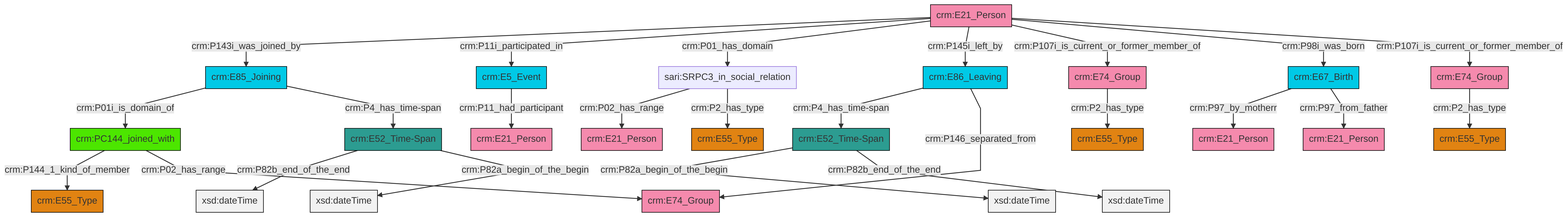
swiss-art-research-net/docs.swissartresearch keeps this Mermaid diagram as et/personCSV/ttl/mmd/png/Person_Actor_Relations.png. Above is the earlier version. Its source is kept beside it as et/personCSV/ttl/mmd/Person_Actor_Relations.ttl.mmd.
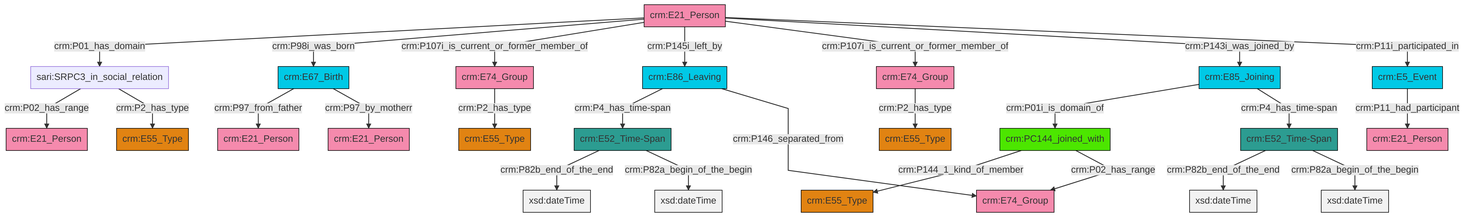
Above is the later version.

What changed in the source:
```diff
@@ -13,27 +13,27 @@
 classDef PC_Classes fill:#4ce600, stroke:#000000;
 classDef Multi fill:#cccccc,stroke:#000000;
 
-0["crm:E21_Person"]:::Actor -->|crm:P143i_was_joined_by| 1["crm:E85_Joining"]:::Temporal_Entity
-0["crm:E21_Person"]:::Actor -->|crm:P11i_participated_in| 4["crm:E5_Event"]:::Temporal_Entity
-9["sari:SRPC3_in_social_relation"]:::Default -->|crm:P02_has_range| 10["crm:E21_Person"]:::Actor
-14["crm:E52_Time-Span"]:::Time-Span -->|crm:P82b_end_of_the_end| 15[xsd:dateTime]:::Literal
-7["crm:E74_Group"]:::Actor -->|crm:P2_has_type| 16["crm:E55_Type"]:::Type
-5["crm:PC144_joined_with"]:::PC_Classes -->|crm:P144_1_kind_of_member| 18["crm:E55_Type"]:::Type
-0["crm:E21_Person"]:::Actor -->|crm:P01_has_domain| 9["sari:SRPC3_in_social_relation"]:::Default
-9["sari:SRPC3_in_social_relation"]:::Default -->|crm:P2_has_type| 23["crm:E55_Type"]:::Type
-19["crm:E52_Time-Span"]:::Time-Span -->|crm:P82a_begin_of_the_begin| 25[xsd:dateTime]:::Literal
-0["crm:E21_Person"]:::Actor -->|crm:P145i_left_by| 26["crm:E86_Leaving"]:::Temporal_Entity
-1["crm:E85_Joining"]:::Temporal_Entity -->|crm:P01i_is_domain_of| 5["crm:PC144_joined_with"]:::PC_Classes
-5["crm:PC144_joined_with"]:::PC_Classes -->|crm:P02_has_range| 27["crm:E74_Group"]:::Actor
-28["crm:E67_Birth"]:::Temporal_Entity -->|crm:P97_by_motherr| 11["crm:E21_Person"]:::Actor
-4["crm:E5_Event"]:::Temporal_Entity -->|crm:P11_had_participant| 30["crm:E21_Person"]:::Actor
-0["crm:E21_Person"]:::Actor -->|crm:P107i_is_current_or_former_member_of| 31["crm:E74_Group"]:::Actor
-1["crm:E85_Joining"]:::Temporal_Entity -->|crm:P4_has_time-span| 14["crm:E52_Time-Span"]:::Time-Span
-28["crm:E67_Birth"]:::Temporal_Entity -->|crm:P97_from_father| 35["crm:E21_Person"]:::Actor
-26["crm:E86_Leaving"]:::Temporal_Entity -->|crm:P4_has_time-span| 19["crm:E52_Time-Span"]:::Time-Span
-31["crm:E74_Group"]:::Actor -->|crm:P2_has_type| 2["crm:E55_Type"]:::Type
-0["crm:E21_Person"]:::Actor -->|crm:P98i_was_born| 28["crm:E67_Birth"]:::Temporal_Entity
-0["crm:E21_Person"]:::Actor -->|crm:P107i_is_current_or_former_member_of| 7["crm:E74_Group"]:::Actor
-14["crm:E52_Time-Span"]:::Time-Span -->|crm:P82a_begin_of_the_begin| 40[xsd:dateTime]:::Literal
-19["crm:E52_Time-Span"]:::Time-Span -->|crm:P82b_end_of_the_end| 42[xsd:dateTime]:::Literal
-26["crm:E86_Leaving"]:::Temporal_Entity -->|crm:P146_separated_from| 27["crm:E74_Group"]:::Actor
+0["crm:E74_Group"]:::Actor -->|crm:P2_has_type| 1["crm:E55_Type"]:::Type
+2["crm:E21_Person"]:::Actor -->|crm:P01_has_domain| 3["sari:SRPC3_in_social_relation"]:::Default
+2["crm:E21_Person"]:::Actor -->|crm:P98i_was_born| 4["crm:E67_Birth"]:::Temporal_Entity
+7["crm:E5_Event"]:::Temporal_Entity -->|crm:P11_had_participant| 8["crm:E21_Person"]:::Actor
+17["crm:E85_Joining"]:::Temporal_Entity -->|crm:P01i_is_domain_of| 18["crm:PC144_joined_with"]:::PC_Classes
+17["crm:E85_Joining"]:::Temporal_Entity -->|crm:P4_has_time-span| 15["crm:E52_Time-Span"]:::Time-Span
+23["crm:E52_Time-Span"]:::Time-Span -->|crm:P82b_end_of_the_end| 24[xsd:dateTime]:::Literal
+3["sari:SRPC3_in_social_relation"]:::Default -->|crm:P02_has_range| 20["crm:E21_Person"]:::Actor
+28["crm:E86_Leaving"]:::Temporal_Entity -->|crm:P4_has_time-span| 23["crm:E52_Time-Span"]:::Time-Span
+2["crm:E21_Person"]:::Actor -->|crm:P107i_is_current_or_former_member_of| 30["crm:E74_Group"]:::Actor
+2["crm:E21_Person"]:::Actor -->|crm:P145i_left_by| 28["crm:E86_Leaving"]:::Temporal_Entity
+15["crm:E52_Time-Span"]:::Time-Span -->|crm:P82b_end_of_the_end| 36[xsd:dateTime]:::Literal
+15["crm:E52_Time-Span"]:::Time-Span -->|crm:P82a_begin_of_the_begin| 37[xsd:dateTime]:::Literal
+18["crm:PC144_joined_with"]:::PC_Classes -->|crm:P144_1_kind_of_member| 10["crm:E55_Type"]:::Type
+2["crm:E21_Person"]:::Actor -->|crm:P107i_is_current_or_former_member_of| 0["crm:E74_Group"]:::Actor
+3["sari:SRPC3_in_social_relation"]:::Default -->|crm:P2_has_type| 39["crm:E55_Type"]:::Type
+28["crm:E86_Leaving"]:::Temporal_Entity -->|crm:P146_separated_from| 13["crm:E74_Group"]:::Actor
+23["crm:E52_Time-Span"]:::Time-Span -->|crm:P82a_begin_of_the_begin| 40[xsd:dateTime]:::Literal
+4["crm:E67_Birth"]:::Temporal_Entity -->|crm:P97_from_father| 41["crm:E21_Person"]:::Actor
+4["crm:E67_Birth"]:::Temporal_Entity -->|crm:P97_by_motherr| 5["crm:E21_Person"]:::Actor
+2["crm:E21_Person"]:::Actor -->|crm:P143i_was_joined_by| 17["crm:E85_Joining"]:::Temporal_Entity
+30["crm:E74_Group"]:::Actor -->|crm:P2_has_type| 32["crm:E55_Type"]:::Type
+2["crm:E21_Person"]:::Actor -->|crm:P11i_participated_in| 7["crm:E5_Event"]:::Temporal_Entity
+18["crm:PC144_joined_with"]:::PC_Classes -->|crm:P02_has_range| 13["crm:E74_Group"]:::Actor
```
